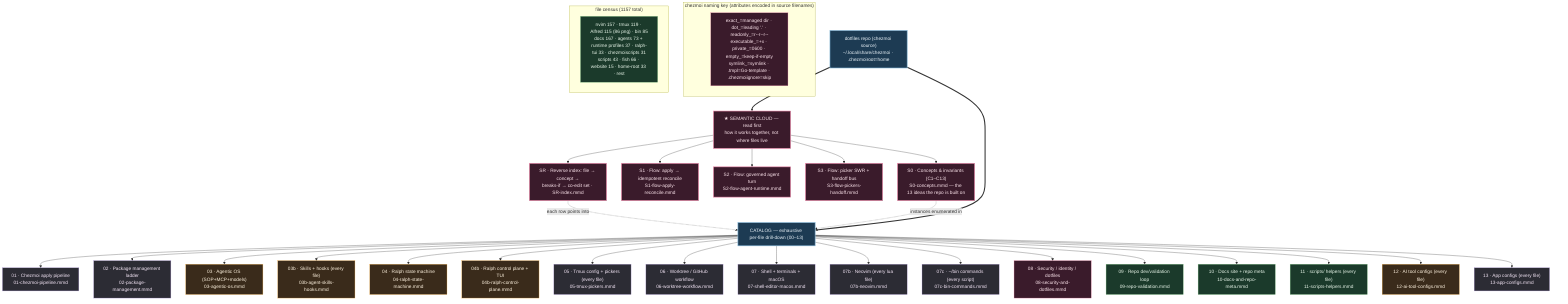
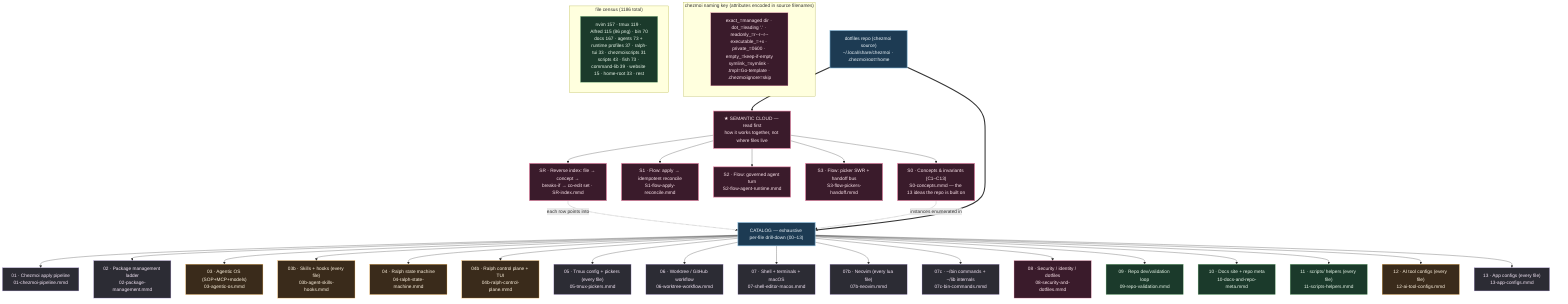
%% ============================================================================
%% 00-overview.mmd — Master navigation map for kapral18/dotfiles
%% TWO LAYERS:
%%   SEMANTIC CLOUD (read first) — how the system THINKS: concepts+invariants
%%     (S0), cross-cutting flows (S1/S2/S3), and a reverse index (SR) that maps
%%     any file to its concept, blast radius, and co-edit set.
%%   CATALOG (drill-down) — how the system is LAID OUT: 00-13 enumerate every
- %%     one of the 1157 tracked files by exact chezmoi source path.
+ %%     one of the 1186 tracked files by exact chezmoi source path.
%% `home/` is chezmoi source deployed to $HOME; scripts/tools/website/docs are
%% repo-side (NOT deployed). Each node → a deeper .mmd.
%% ============================================================================
graph TD
    classDef entry fill:#1d3b53,stroke:#7fb3d5,color:#eaf2f8,stroke-width:2px;
    classDef sys fill:#2c2c34,stroke:#b39ddb,color:#f3e5f5;
    classDef ai fill:#3a2b1b,stroke:#ffb74d,color:#fff3e0;
    classDef repo fill:#1b3a2b,stroke:#81c784,color:#e8f5e9;
    classDef data fill:#3a1b2b,stroke:#f48fb1,color:#fce4ec;
    classDef sem fill:#3a1b2b,stroke:#f48fb1,color:#fce4ec,stroke-width:2px;

    ROOT["dotfiles repo (chezmoi source)<br/>~/.local/share/chezmoi · .chezmoiroot=home"]:::entry

    %% ---- SEMANTIC LAYER (read before the catalog) --------------------------
    ROOT ==> SEMHEAD["★ SEMANTIC CLOUD — read first<br/>how it works together, not where files live"]:::sem
    SEMHEAD --> S0["S0 · Concepts & invariants (C1–C13)<br/>S0-concepts.mmd — the 13 ideas the repo is built on"]:::sem
    SEMHEAD --> S1["S1 · Flow: apply → idempotent reconcile<br/>S1-flow-apply-reconcile.mmd"]:::sem
    SEMHEAD --> S2["S2 · Flow: governed agent turn<br/>S2-flow-agent-runtime.mmd"]:::sem
    SEMHEAD --> S3["S3 · Flow: picker SWR + handoff bus<br/>S3-flow-pickers-handoff.mmd"]:::sem
    SEMHEAD --> SR["SR · Reverse index: file → concept →<br/>breaks-if → co-edit set · SR-index.mmd"]:::sem
    SR -. "each row points into" .-> CATHEAD
    S0 -. "instances enumerated in" .-> CATHEAD

    %% ---- CATALOG LAYER (exhaustive per-file drill-down) --------------------
    ROOT ==> CATHEAD["CATALOG — exhaustive per-file drill-down (00–13)"]:::entry

    CATHEAD --> CZ["01 · Chezmoi apply pipeline<br/>01-chezmoi-pipeline.mmd"]:::sys
    CATHEAD --> PKG["02 · Package management ladder<br/>02-package-management.mmd"]:::sys
    CATHEAD --> AIOS["03 · Agentic OS (SOP+MCP+models)<br/>03-agentic-os.mmd"]:::ai
    CATHEAD --> SKILLS["03b · Skills + hooks (every file)<br/>03b-agent-skills-hooks.mmd"]:::ai
    CATHEAD --> RALPH["04 · Ralph state machine<br/>04-ralph-state-machine.mmd"]:::ai
    CATHEAD --> RALPHCP["04b · Ralph control plane + TUI<br/>04b-ralph-control-plane.mmd"]:::ai
    CATHEAD --> TMUX["05 · Tmux config + pickers (every file)<br/>05-tmux-pickers.mmd"]:::sys
    CATHEAD --> WT["06 · Worktree / GitHub workflow<br/>06-worktree-workflow.mmd"]:::sys
    CATHEAD --> SEM["07 · Shell + terminals + macOS<br/>07-shell-editor-macos.mmd"]:::sys
    CATHEAD --> NVIM["07b · Neovim (every lua file)<br/>07b-neovim.mmd"]:::sys
-     CATHEAD --> BIN["07c · ~/bin commands (every script)<br/>07c-bin-commands.mmd"]:::sys
+     CATHEAD --> BIN["07c · ~/bin commands + ~/lib internals<br/>07c-bin-commands.mmd"]:::sys
    CATHEAD --> SEC["08 · Security / identity / dotfiles<br/>08-security-and-dotfiles.mmd"]:::data
    CATHEAD --> VAL["09 · Repo dev/validation loop<br/>09-repo-validation.mmd"]:::repo
    CATHEAD --> DOCS["10 · Docs site + repo meta<br/>10-docs-and-repo-meta.mmd"]:::repo
    CATHEAD --> SCRIPTS["11 · scripts/ helpers (every file)<br/>11-scripts-helpers.mmd"]:::repo
    CATHEAD --> AICFG["12 · AI tool configs (every file)<br/>12-ai-tool-configs.mmd"]:::ai
    CATHEAD --> APPS["13 · App configs (every file)<br/>13-app-configs.mmd"]:::sys

    subgraph KEY["chezmoi naming key (attributes encoded in source filenames)"]
        K1["exact_=managed dir · dot_=leading '.' · readonly_=r--r--r--<br/>executable_=+x · private_=0600 · empty_=keep-if-empty<br/>symlink_=symlink · .tmpl=Go-template · .chezmoiignore=skip"]:::data
    end

-     subgraph COUNTS["file census (1157 total)"]
-         C1["nvim 157 · tmux 119 · Alfred 115 (86 png) · bin 85<br/>docs 167 · agents 73 + runtime profiles 37 · ralph-tui 33 · chezmoiscripts 31<br/>scripts 43 · fish 66 · website 15 · home-root 33 · rest"]:::repo
+     subgraph COUNTS["file census (1186 total)"]
+         C1["nvim 157 · tmux 119 · Alfred 115 (86 png) · bin 70<br/>docs 167 · agents 73 + runtime profiles 37 · ralph-tui 33 · chezmoiscripts 31<br/>scripts 43 · fish 73 · command-lib 39 · website 15 · home-root 33 · rest"]:::repo
    end
